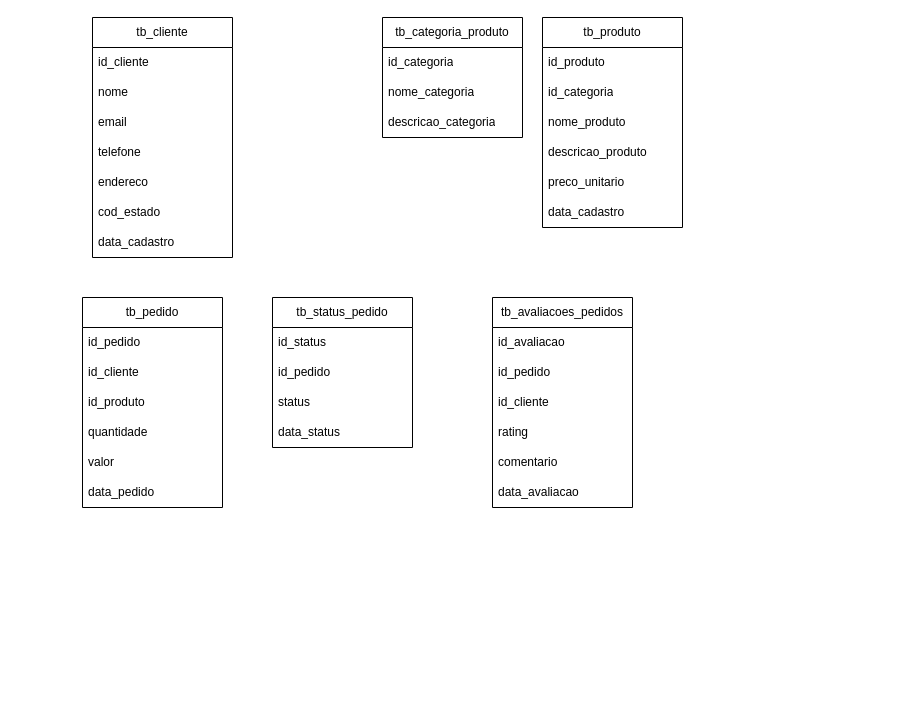
gsfreitas/data-science keeps this draw.io diagram as Diagrama sem nome.drawio. Above is the earlier version. Source tidied: cells renumbered, new cells numbered last; positions are measured from the earlier drawing's top-left corner, leaving out a move shared by most shapes. Both pictures are drawn from the tidied source at 100%, with x=0, y=0 at pixel (82, 17).
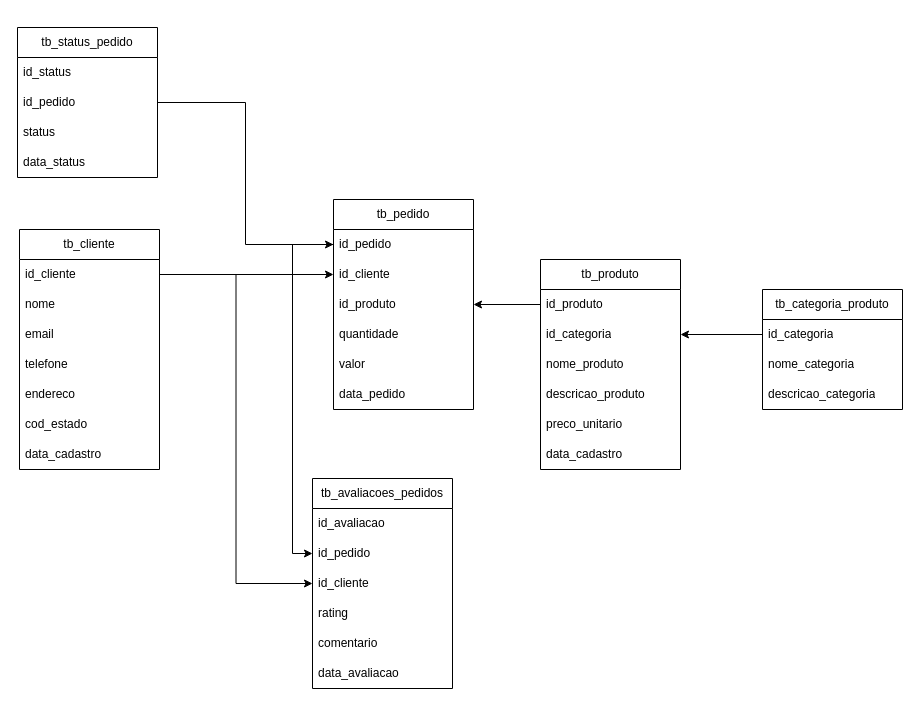
Above is the later version.

Commit message (it also covers changes not shown here):
tabelas-batalha-dados

Unchanged cells that the change refers to:
```xml
<mxCell id="3" value="id_cliente" style="text;strokeColor=none;fillColor=none;align=left;verticalAlign=middle;spacingLeft=4;spacingRight=4;overflow=hidden;points=[[0,0.5],[1,0.5]];portConstraint=eastwest;whiteSpace=wrap;html=1;" parent="2" vertex="1">
  <mxGeometry y="30" width="140" height="30" as="geometry" />
</mxCell>
<mxCell id="11" value="id_produto" style="text;strokeColor=none;fillColor=none;align=left;verticalAlign=middle;spacingLeft=4;spacingRight=4;overflow=hidden;points=[[0,0.5],[1,0.5]];portConstraint=eastwest;whiteSpace=wrap;html=1;" parent="10" vertex="1">
  <mxGeometry y="30" width="140" height="30" as="geometry" />
</mxCell>
<mxCell id="12" value="id_categoria" style="text;strokeColor=none;fillColor=none;align=left;verticalAlign=middle;spacingLeft=4;spacingRight=4;overflow=hidden;points=[[0,0.5],[1,0.5]];portConstraint=eastwest;whiteSpace=wrap;html=1;" parent="10" vertex="1">
  <mxGeometry y="60" width="140" height="30" as="geometry" />
</mxCell>
<mxCell id="18" value="id_categoria" style="text;strokeColor=none;fillColor=none;align=left;verticalAlign=middle;spacingLeft=4;spacingRight=4;overflow=hidden;points=[[0,0.5],[1,0.5]];portConstraint=eastwest;whiteSpace=wrap;html=1;" parent="17" vertex="1">
  <mxGeometry y="30" width="140" height="30" as="geometry" />
</mxCell>
<mxCell id="22" value="id_pedido" style="text;strokeColor=none;fillColor=none;align=left;verticalAlign=middle;spacingLeft=4;spacingRight=4;overflow=hidden;points=[[0,0.5],[1,0.5]];portConstraint=eastwest;whiteSpace=wrap;html=1;" parent="21" vertex="1">
  <mxGeometry y="30" width="140" height="30" as="geometry" />
</mxCell>
<mxCell id="23" value="id_cliente" style="text;strokeColor=none;fillColor=none;align=left;verticalAlign=middle;spacingLeft=4;spacingRight=4;overflow=hidden;points=[[0,0.5],[1,0.5]];portConstraint=eastwest;whiteSpace=wrap;html=1;" parent="21" vertex="1">
  <mxGeometry y="60" width="140" height="30" as="geometry" />
</mxCell>
<mxCell id="24" value="id_produto" style="text;strokeColor=none;fillColor=none;align=left;verticalAlign=middle;spacingLeft=4;spacingRight=4;overflow=hidden;points=[[0,0.5],[1,0.5]];portConstraint=eastwest;whiteSpace=wrap;html=1;" parent="21" vertex="1">
  <mxGeometry y="90" width="140" height="30" as="geometry" />
</mxCell>
<mxCell id="30" value="id_pedido" style="text;strokeColor=none;fillColor=none;align=left;verticalAlign=middle;spacingLeft=4;spacingRight=4;overflow=hidden;points=[[0,0.5],[1,0.5]];portConstraint=eastwest;whiteSpace=wrap;html=1;" parent="28" vertex="1">
  <mxGeometry y="60" width="140" height="30" as="geometry" />
</mxCell>
<mxCell id="35" value="id_pedido" style="text;strokeColor=none;fillColor=none;align=left;verticalAlign=middle;spacingLeft=4;spacingRight=4;overflow=hidden;points=[[0,0.5],[1,0.5]];portConstraint=eastwest;whiteSpace=wrap;html=1;" parent="33" vertex="1">
  <mxGeometry y="60" width="140" height="30" as="geometry" />
</mxCell>
<mxCell id="36" value="id_cliente" style="text;strokeColor=none;fillColor=none;align=left;verticalAlign=middle;spacingLeft=4;spacingRight=4;overflow=hidden;points=[[0,0.5],[1,0.5]];portConstraint=eastwest;whiteSpace=wrap;html=1;" parent="33" vertex="1">
  <mxGeometry y="90" width="140" height="30" as="geometry" />
</mxCell>
```

Change to the diagram source:
```diff
@@
     <mxCell id="2" value="tb_cliente" style="swimlane;fontStyle=0;horizontal=1;startSize=30;whiteSpace=wrap;html=1;" parent="1" vertex="1">
-      <mxGeometry x="10" width="140" height="240" as="geometry" />
+      <mxGeometry x="-63" y="212" width="140" height="240" as="geometry" />
     </mxCell>
@@
     <mxCell id="10" value="tb_produto" style="swimlane;fontStyle=0;horizontal=1;startSize=30;whiteSpace=wrap;html=1;" parent="1" vertex="1">
-      <mxGeometry x="460" width="140" height="210" as="geometry" />
+      <mxGeometry x="458" y="242" width="140" height="210" as="geometry" />
     </mxCell>
@@
     <mxCell id="17" value="tb_categoria_produto" style="swimlane;fontStyle=0;horizontal=1;startSize=30;whiteSpace=wrap;html=1;" parent="1" vertex="1">
-      <mxGeometry x="300" width="140" height="120" as="geometry" />
+      <mxGeometry x="680" y="272" width="140" height="120" as="geometry" />
     </mxCell>
@@
     <mxCell id="21" value="tb_pedido" style="swimlane;fontStyle=0;horizontal=1;startSize=30;whiteSpace=wrap;html=1;" parent="1" vertex="1">
-      <mxGeometry y="280" width="140" height="210" as="geometry" />
+      <mxGeometry x="251" y="182" width="140" height="210" as="geometry" />
     </mxCell>
@@
     <mxCell id="28" value="tb_status_pedido" style="swimlane;fontStyle=0;horizontal=1;startSize=30;whiteSpace=wrap;html=1;" parent="1" vertex="1">
-      <mxGeometry x="190" y="280" width="140" height="150" as="geometry" />
+      <mxGeometry x="-65" y="10" width="140" height="150" as="geometry" />
     </mxCell>
@@
     <mxCell id="33" value="tb_avaliacoes_pedidos" style="swimlane;fontStyle=0;horizontal=1;startSize=30;whiteSpace=wrap;html=1;" parent="1" vertex="1">
-      <mxGeometry x="410" y="280" width="140" height="210" as="geometry" />
+      <mxGeometry x="230" y="461" width="140" height="210" as="geometry" />
     </mxCell>
@@
+    <mxCell id="40" style="edgeStyle=orthogonalEdgeStyle;rounded=0;jettySize=auto;html=1;entryX=0;entryY=0.5;entryDx=0;entryDy=0;" parent="1" edge="1" source="3" target="23">
+      <mxGeometry relative="1" as="geometry" />
+    </mxCell>
+    <mxCell id="41" style="edgeStyle=orthogonalEdgeStyle;rounded=0;jettySize=auto;html=1;" parent="1" edge="1" source="11" target="24">
+      <mxGeometry relative="1" as="geometry" />
+    </mxCell>
+    <mxCell id="42" style="edgeStyle=orthogonalEdgeStyle;rounded=0;jettySize=auto;html=1;" parent="1" edge="1" source="18" target="12">
+      <mxGeometry relative="1" as="geometry" />
+    </mxCell>
+    <mxCell id="43" style="edgeStyle=orthogonalEdgeStyle;rounded=0;jettySize=auto;html=1;entryX=0;entryY=0.5;entryDx=0;entryDy=0;" parent="1" edge="1" source="3" target="36">
+      <mxGeometry relative="1" as="geometry" />
+    </mxCell>
+    <mxCell id="44" style="edgeStyle=orthogonalEdgeStyle;rounded=0;jettySize=auto;html=1;entryX=0;entryY=0.5;entryDx=0;entryDy=0;" parent="1" edge="1" source="22" target="35">
+      <mxGeometry relative="1" as="geometry" />
+    </mxCell>
+    <mxCell id="45" style="edgeStyle=orthogonalEdgeStyle;rounded=0;jettySize=auto;html=1;entryX=0;entryY=0.5;entryDx=0;entryDy=0;" parent="1" edge="1" source="30" target="22">
+      <mxGeometry relative="1" as="geometry" />
+    </mxCell>
```
